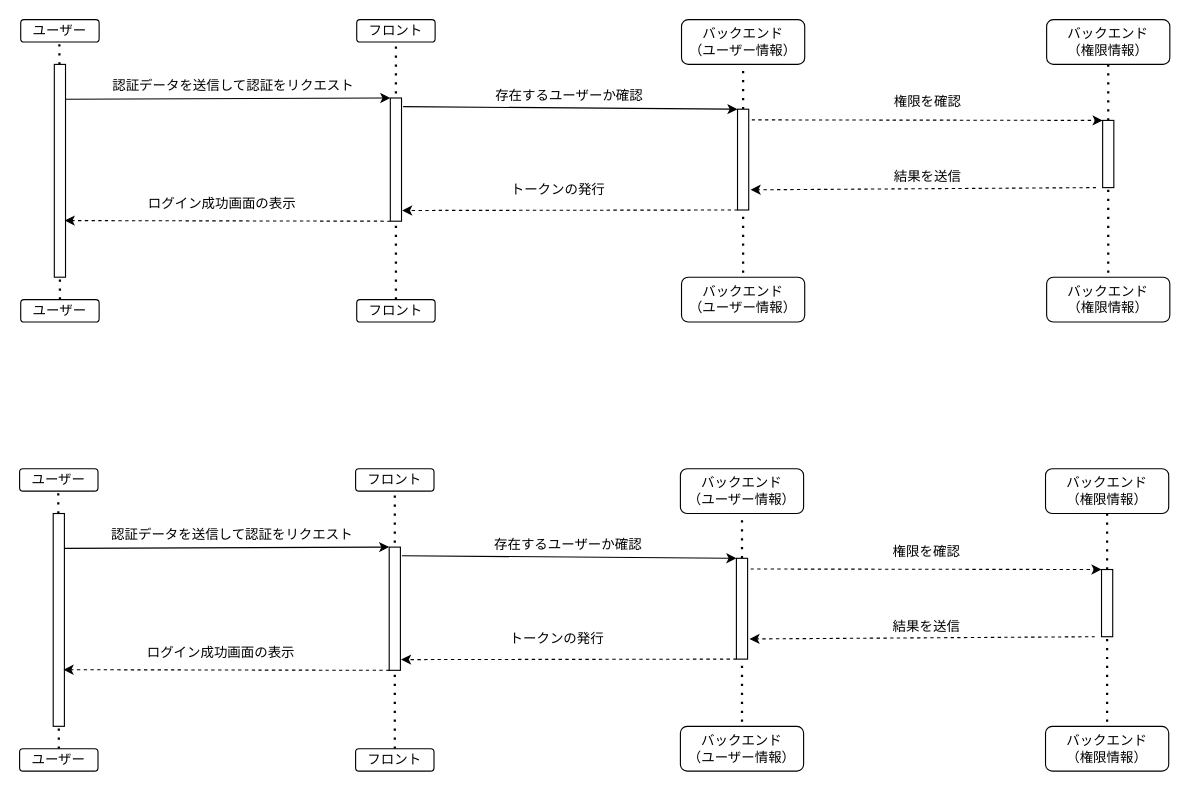
Before: saveData/名称未設定ファイル.drawio in takushisato/diagrams, a draw.io diagram. Source tidied: cells renumbered, new cells numbered last; positions are measured from the earlier drawing's top-left corner, leaving out a move shared by most shapes. Both pictures are drawn from the tidied source at 112%, with x=0, y=0 at pixel (19, 19).
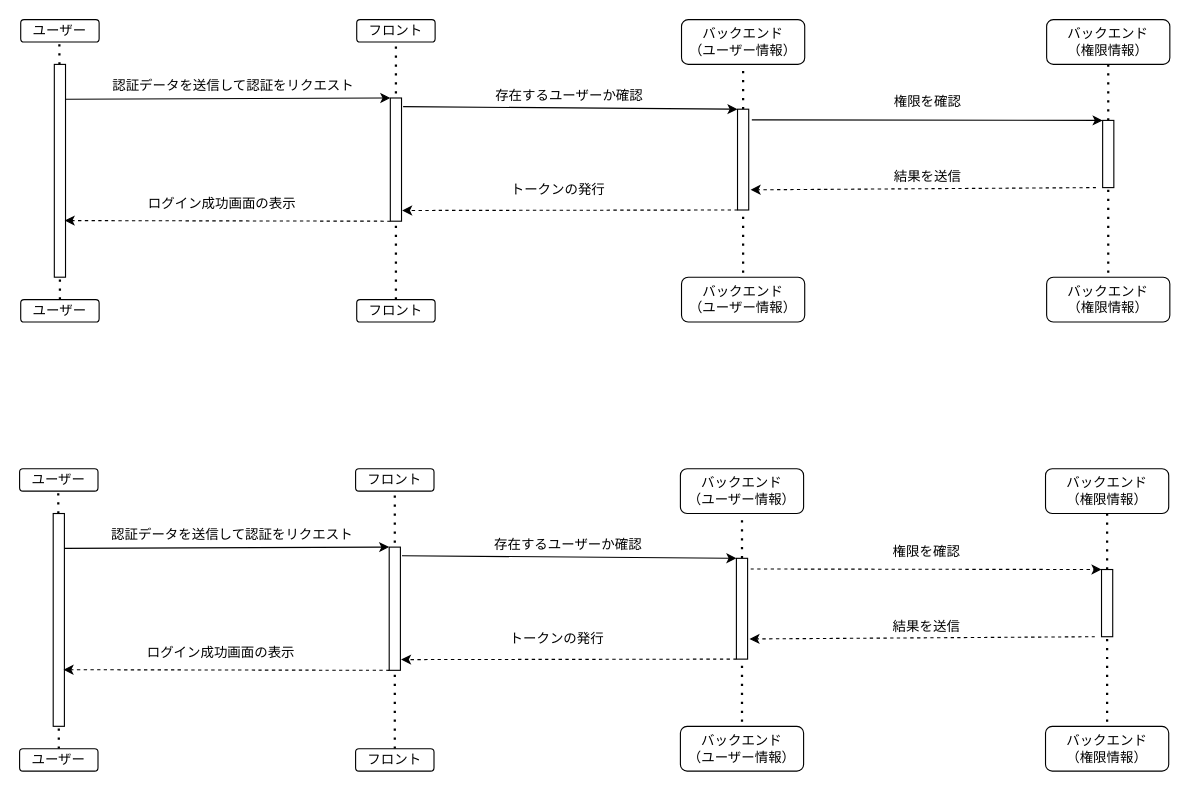
The same diagram, later.

Commit message:
名称未設定ファイル.drawio を更新します

The change refers to these unchanged cells:
```xml
<mxCell id="11" style="rounded=0;whiteSpace=wrap;html=1;" parent="1" vertex="1">
  <mxGeometry x="641" y="80" width="10" height="90" as="geometry" />
</mxCell>
<mxCell id="20" style="rounded=0;whiteSpace=wrap;html=1;" parent="1" vertex="1">
  <mxGeometry x="967" y="90" width="10" height="60" as="geometry" />
</mxCell>
```

What changed in the source:
```diff
@@
-    <mxCell id="31" style="endArrow=classic;html=1;dashed=1;curved=1;entryX=0;entryY=0;entryDx=0;entryDy=0;exitX=1.278;exitY=0.106;exitDx=0;exitDy=0;exitPerimeter=0;" parent="1" edge="1" source="11" target="20">
+    <mxCell id="31" style="endArrow=classic;html=1;curved=1;entryX=0;entryY=0;entryDx=0;entryDy=0;exitX=1.278;exitY=0.106;exitDx=0;exitDy=0;exitPerimeter=0;" parent="1" edge="1" source="11" target="20">
       <mxGeometry relative="1" as="geometry" />
     </mxCell>
```
